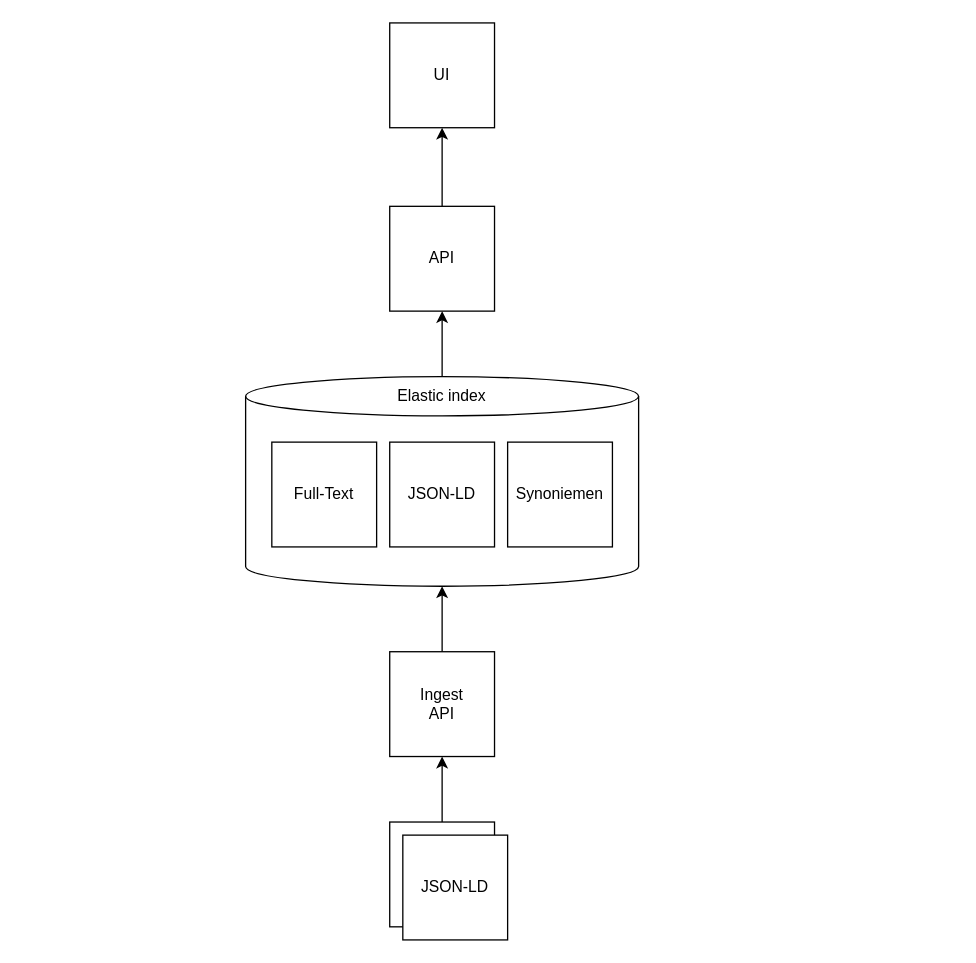
Earlier version of the draw.io diagram img/opzet_diagram.drawio (structs-nl/zoekintranscripties). Source tidied: cells renumbered, new cells numbered last; positions are measured from the earlier drawing's top-left corner, leaving out a move shared by most shapes. Both pictures are drawn from the tidied source at 131%, with x=0, y=0 at pixel (245, 22).
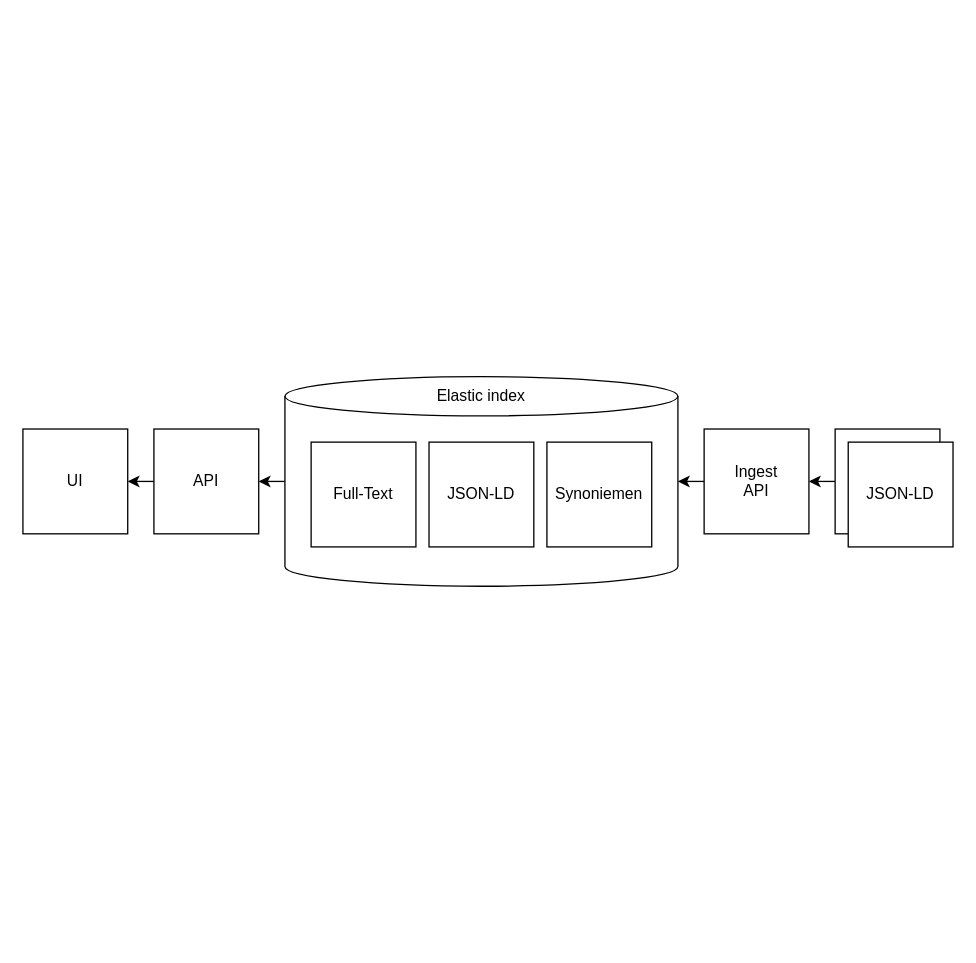
After the change.

Commit message (it also covers changes not shown here):
horizontal diagram

Diff of the diagram source:
```diff
@@
 <mxGraphModel>
   <root>
     <mxCell id="0" />
     <mxCell id="1" parent="0" />
     <mxCell id="2" style="shape=cylinder3;whiteSpace=wrap;html=1;boundedLbl=1;backgroundOutline=1;size=15;" parent="1" vertex="1">
-      <mxGeometry y="270" width="300" height="160" as="geometry" />
+      <mxGeometry x="30" y="270" width="300" height="160" as="geometry" />
     </mxCell>
     <mxCell id="3" value="UI" style="whiteSpace=wrap;html=1;" parent="1" vertex="1">
-      <mxGeometry x="110" width="80" height="80" as="geometry" />
+      <mxGeometry x="-170" y="310" width="80" height="80" as="geometry" />
     </mxCell>
     <mxCell id="4" value="API" style="whiteSpace=wrap;html=1;" parent="1" vertex="1">
-      <mxGeometry x="110" y="140" width="80" height="80" as="geometry" />
+      <mxGeometry x="-70" y="310" width="80" height="80" as="geometry" />
     </mxCell>
     <mxCell id="5" value="JSON-LD" style="whiteSpace=wrap;html=1;" parent="1" vertex="1">
-      <mxGeometry x="110" y="320" width="80" height="80" as="geometry" />
+      <mxGeometry x="140" y="320" width="80" height="80" as="geometry" />
     </mxCell>
     <mxCell id="6" value="Ingest&lt;br&gt;API" style="whiteSpace=wrap;html=1;" parent="1" vertex="1">
-      <mxGeometry x="110" y="480" width="80" height="80" as="geometry" />
+      <mxGeometry x="350" y="310" width="80" height="80" as="geometry" />
     </mxCell>
     <mxCell id="7" value="Synoniemen" style="whiteSpace=wrap;html=1;" parent="1" vertex="1">
-      <mxGeometry x="200" y="320" width="80" height="80" as="geometry" />
+      <mxGeometry x="230" y="320" width="80" height="80" as="geometry" />
     </mxCell>
     <mxCell id="8" value="Full-Text" style="whiteSpace=wrap;html=1;" parent="1" vertex="1">
-      <mxGeometry x="20" y="320" width="80" height="80" as="geometry" />
+      <mxGeometry x="50" y="320" width="80" height="80" as="geometry" />
     </mxCell>
     <mxCell id="9" value="Elastic index" style="text;html=1;strokeColor=none;fillColor=none;align=center;verticalAlign=middle;whiteSpace=wrap;rounded=0;" parent="1" vertex="1">
-      <mxGeometry x="90" y="270" width="120" height="30" as="geometry" />
+      <mxGeometry x="120" y="270" width="120" height="30" as="geometry" />
     </mxCell>
-    <mxCell id="10" style="endArrow=classic;html=1;rounded=0;exitX=0.5;exitY=0;exitDx=0;exitDy=0;" parent="1" edge="1" source="4" target="3">
+    <mxCell id="10" style="endArrow=classic;html=1;rounded=0;exitX=0;exitY=0.5;exitDx=0;exitDy=0;entryX=1;entryY=0.5;entryDx=0;entryDy=0;" parent="1" edge="1" source="4" target="3">
       <mxGeometry relative="1" as="geometry" />
     </mxCell>
-    <mxCell id="11" style="endArrow=classic;html=1;rounded=0;exitX=0.5;exitY=0;exitDx=0;exitDy=0;entryX=0.5;entryY=1;entryDx=0;entryDy=0;" parent="1" edge="1" source="9" target="4">
+    <mxCell id="11" style="endArrow=classic;html=1;rounded=0;exitX=0;exitY=0.5;exitDx=0;exitDy=0;entryX=1;entryY=0.5;entryDx=0;entryDy=0;exitPerimeter=0;" parent="1" edge="1" source="2" target="4">
       <mxGeometry relative="1" as="geometry" />
     </mxCell>
-    <mxCell id="12" style="endArrow=classic;html=1;rounded=0;entryX=0.5;entryY=1;entryDx=0;entryDy=0;entryPerimeter=0;" parent="1" edge="1" target="2">
-      <mxGeometry relative="1" as="geometry">
-        <mxPoint x="150" y="480" as="sourcePoint" />
-      </mxGeometry>
+    <mxCell id="12" style="endArrow=classic;html=1;rounded=0;entryX=1;entryY=0.5;entryDx=0;entryDy=0;entryPerimeter=0;exitX=0;exitY=0.5;exitDx=0;exitDy=0;" parent="1" edge="1" source="6" target="2">
+      <mxGeometry relative="1" as="geometry" />
     </mxCell>
-    <mxCell id="13" style="endArrow=classic;html=1;rounded=0;entryX=0.5;entryY=1;entryDx=0;entryDy=0;exitX=0.5;exitY=0;exitDx=0;exitDy=0;" parent="1" edge="1" source="14" target="6">
+    <mxCell id="13" style="endArrow=classic;html=1;rounded=0;entryX=1;entryY=0.5;entryDx=0;entryDy=0;exitX=0;exitY=0.5;exitDx=0;exitDy=0;" parent="1" edge="1" source="14" target="6">
       <mxGeometry relative="1" as="geometry" />
     </mxCell>
     <mxCell id="14" style="whiteSpace=wrap;html=1;" parent="1" vertex="1">
-      <mxGeometry x="110" y="610" width="80" height="80" as="geometry" />
+      <mxGeometry x="450" y="310" width="80" height="80" as="geometry" />
     </mxCell>
     <mxCell id="15" value="JSON-LD" style="whiteSpace=wrap;html=1;" parent="1" vertex="1">
-      <mxGeometry x="120" y="620" width="80" height="80" as="geometry" />
+      <mxGeometry x="460" y="320" width="80" height="80" as="geometry" />
     </mxCell>
   </root>
 </mxGraphModel>
```
